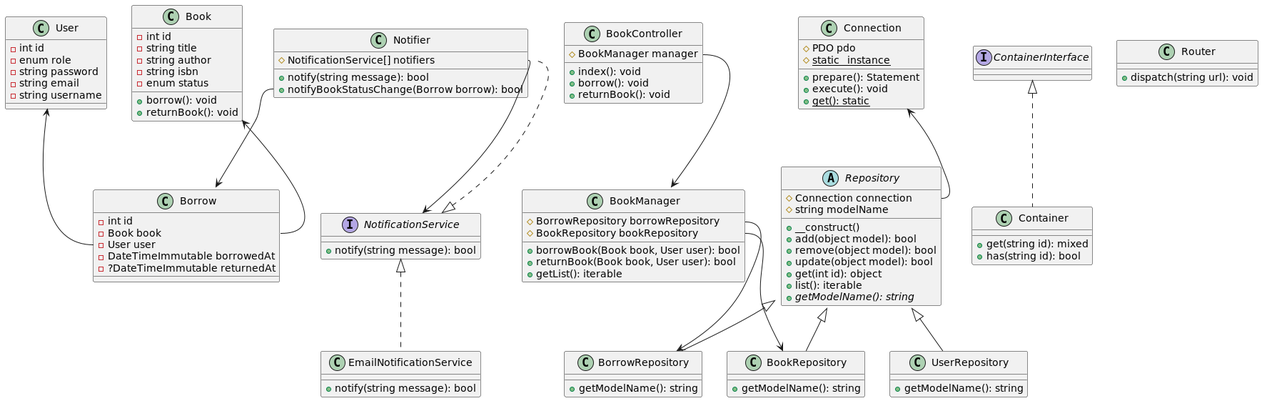
Tiriel/training-12-08-24 keeps this PlantUML diagram as app.png. Above is the earlier version.
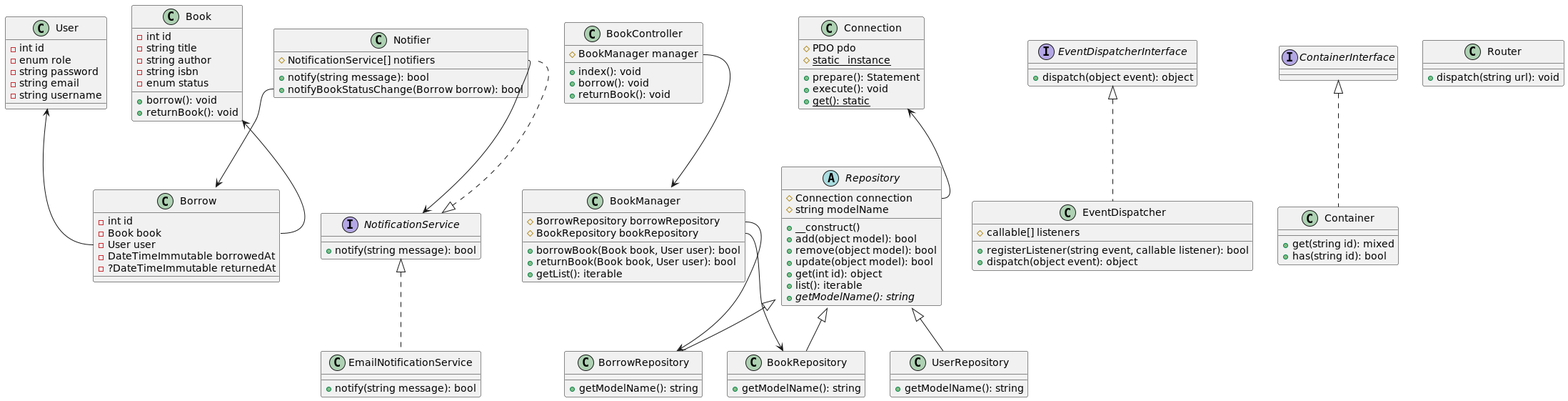
After the commit.

What changed in the source:
```diff
@@ -56,6 +56,16 @@
     + getModelName(): string
 }
 
+interface EventDispatcherInterface {
+    + dispatch(object event): object
+}
+
+class EventDispatcher implements EventDispatcherInterface {
+    # callable[] listeners
+    + registerListener(string event, callable listener): bool
+    + dispatch(object event): object
+}
+
 class BookManager {
     # BorrowRepository borrowRepository
     # BookRepository bookRepository
```
